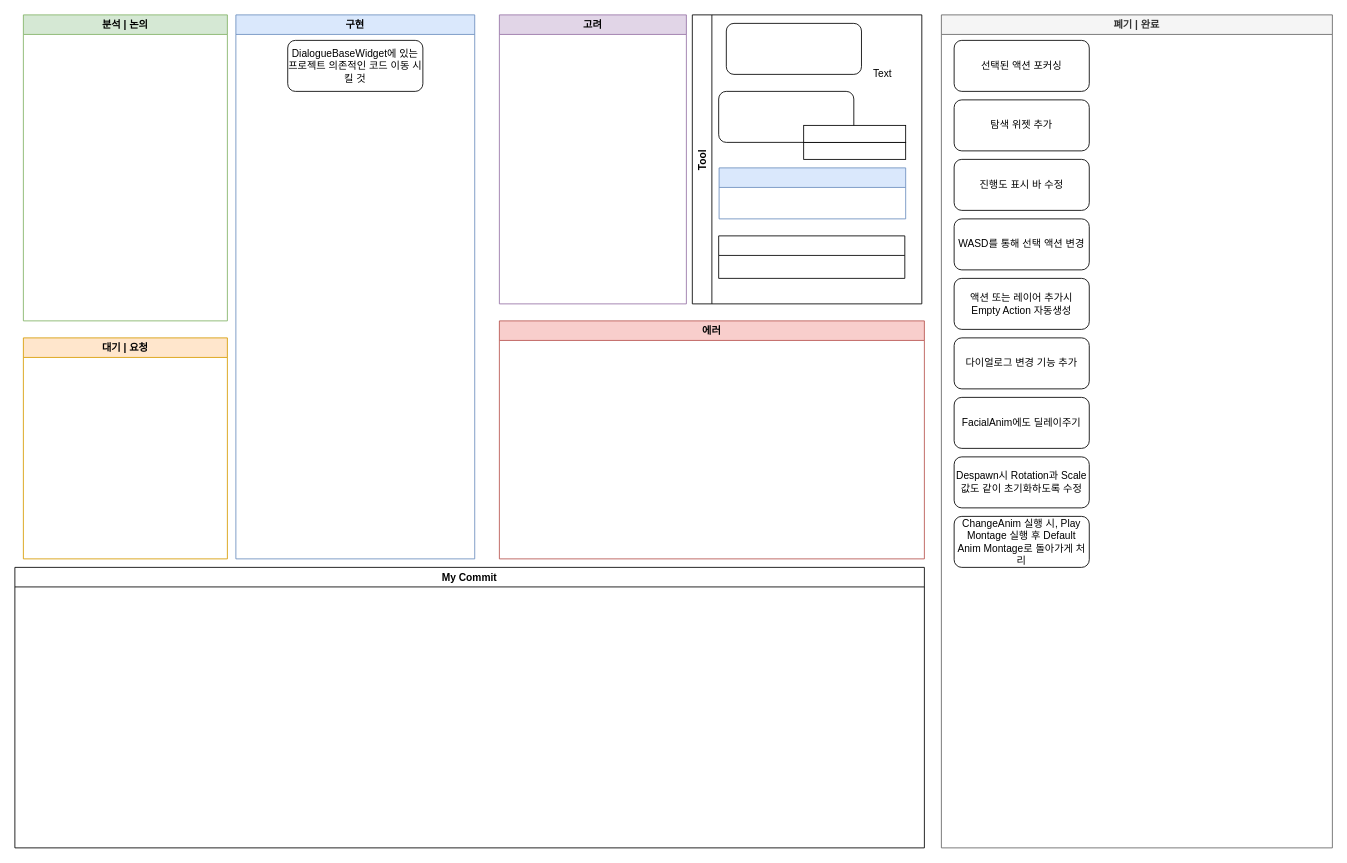
The draw.io diagram 다이얼로그 툴 진행상황.drawio in Endorr/Job-Board, before the edit. Source tidied: cells renumbered, new cells numbered last; positions are measured from the earlier drawing's top-left corner, leaving out a move shared by most shapes. Both pictures are drawn from the tidied source at 85%, with x=0, y=0 at pixel (14, 14).
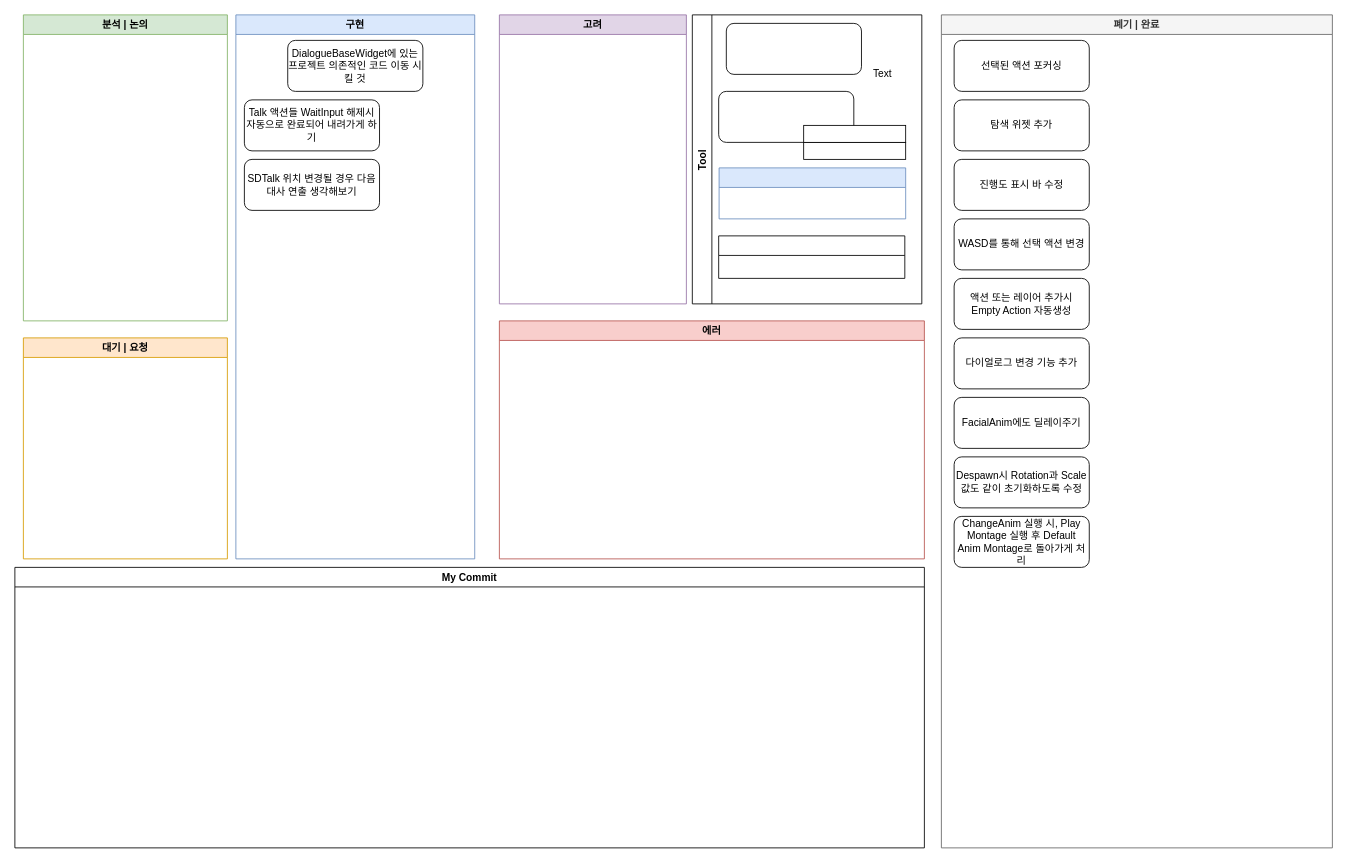
The same diagram, later.

Commit message:
Update 다이얼로그 툴 진행상황.drawio

Unchanged cells that the change refers to:
```xml
<mxCell id="2" value="구현" style="swimlane;fillColor=#dae8fc;strokeColor=#6c8ebf;" parent="1" vertex="1">
  <mxGeometry x="260" width="281" height="640" as="geometry" />
</mxCell>
```

Diff of the diagram source:
```diff
@@
+    <mxCell id="28" value="Talk 액션들 WaitInput 해제시 자동으로 완료되어 내려가게 하기" style="rounded=1;whiteSpace=wrap;html=1;" parent="2" vertex="1">
+      <mxGeometry x="10" y="100" width="159" height="60" as="geometry" />
+    </mxCell>
+    <mxCell id="29" value="SDTalk 위치 변경될 경우 다음 대사 연출 생각해보기" style="rounded=1;whiteSpace=wrap;html=1;" parent="2" vertex="1">
+      <mxGeometry x="10" y="170" width="159" height="60" as="geometry" />
+    </mxCell>
```
